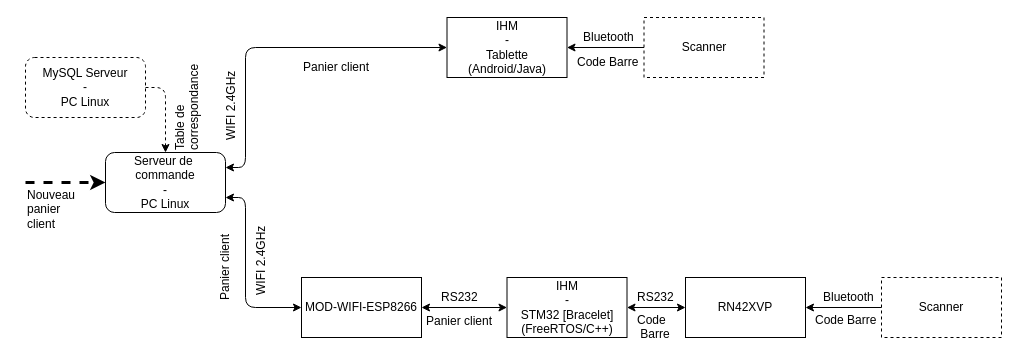
Above: gestionDeProjet/Schema/Synoptique/SynoptiqueV1.drawio in Brautantoine/Advanced-market (draw.io), before the change. Source tidied: cells renumbered, new cells numbered last; positions are measured from the earlier drawing's top-left corner, leaving out a move shared by most shapes. Both pictures are drawn from the tidied source at 100%, with x=0, y=0 at pixel (25, 17).
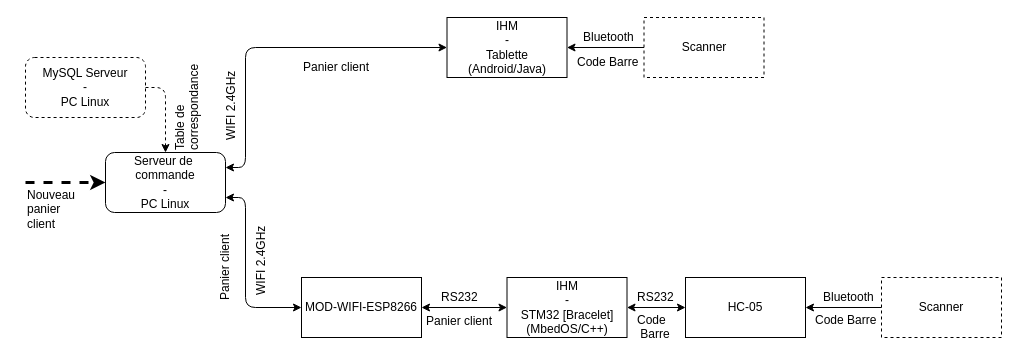
The same diagram, later.

What changed in the source:
```diff
@@
-    <mxCell id="6" value="IHM&lt;br&gt;-&lt;br&gt;STM32 [Bracelet]&lt;br&gt;(FreeRTOS/C++)&lt;br&gt;" style="rounded=0;whiteSpace=wrap;html=1;" parent="1" vertex="1">
+    <mxCell id="6" value="IHM&lt;br&gt;-&lt;br&gt;STM32 [Bracelet]&lt;br&gt;(MbedOS/C++)" style="rounded=0;whiteSpace=wrap;html=1;" parent="1" vertex="1">
       <mxGeometry x="481.5" y="260" width="120" height="60" as="geometry" />
     </mxCell>
@@
-    <mxCell id="12" value="RN42XVP" style="rounded=0;whiteSpace=wrap;html=1;" parent="1" vertex="1">
+    <mxCell id="12" value="HC-05" style="rounded=0;whiteSpace=wrap;html=1;" parent="1" vertex="1">
       <mxGeometry x="660" y="260" width="120" height="60" as="geometry" />
     </mxCell>
```
